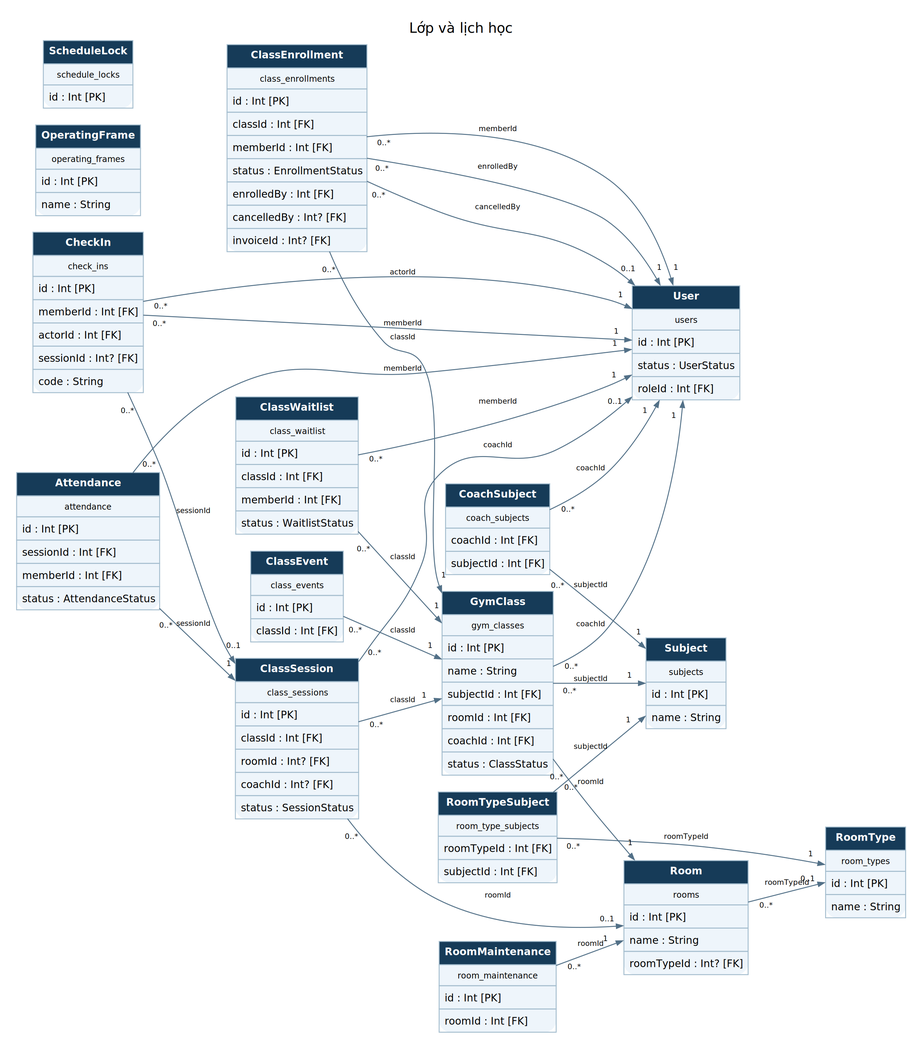
The Graphviz diagram outputs/bao-cao-cuoi-ky/so-do/erd-02-schedule.png in NhomHello/Sports-Center-Management-System, before a commit. Its source is kept beside it as outputs/bao-cao-cuoi-ky/so-do/erd-02-schedule.dot. The source it was exported from:
```dot
digraph G {
graph [rankdir=LR, bgcolor="white", pad="0.25", nodesep="0.25", ranksep="0.5", fontname="DejaVu Sans", fontsize=15];
node [shape=box, style="rounded,filled", fillcolor="#eef5fb", color="#a4bdce", fontname="DejaVu Sans", fontsize=11, margin="0.14,0.1"];
edge [fontname="DejaVu Sans", fontsize=9, color="#527087", arrowsize=0.7];
label="Lớp và lịch học"; labelloc=t;
User [shape=plain, label=<<TABLE BORDER="0" CELLBORDER="1" CELLSPACING="0" CELLPADDING="5"><TR><TD BGCOLOR="#163b58"><FONT COLOR="white"><B>User</B></FONT></TD></TR><TR><TD><FONT POINT-SIZE="9">users</FONT></TD></TR><TR><TD ALIGN="LEFT">id : Int [PK]</TD></TR><TR><TD ALIGN="LEFT">status : UserStatus</TD></TR><TR><TD ALIGN="LEFT">roleId : Int [FK]</TD></TR></TABLE>>];
Subject [shape=plain, label=<<TABLE BORDER="0" CELLBORDER="1" CELLSPACING="0" CELLPADDING="5"><TR><TD BGCOLOR="#163b58"><FONT COLOR="white"><B>Subject</B></FONT></TD></TR><TR><TD><FONT POINT-SIZE="9">subjects</FONT></TD></TR><TR><TD ALIGN="LEFT">id : Int [PK]</TD></TR><TR><TD ALIGN="LEFT">name : String</TD></TR></TABLE>>];
Room [shape=plain, label=<<TABLE BORDER="0" CELLBORDER="1" CELLSPACING="0" CELLPADDING="5"><TR><TD BGCOLOR="#163b58"><FONT COLOR="white"><B>Room</B></FONT></TD></TR><TR><TD><FONT POINT-SIZE="9">rooms</FONT></TD></TR><TR><TD ALIGN="LEFT">id : Int [PK]</TD></TR><TR><TD ALIGN="LEFT">name : String</TD></TR><TR><TD ALIGN="LEFT">roomTypeId : Int? [FK]</TD></TR></TABLE>>];
RoomType [shape=plain, label=<<TABLE BORDER="0" CELLBORDER="1" CELLSPACING="0" CELLPADDING="5"><TR><TD BGCOLOR="#163b58"><FONT COLOR="white"><B>RoomType</B></FONT></TD></TR><TR><TD><FONT POINT-SIZE="9">room_types</FONT></TD></TR><TR><TD ALIGN="LEFT">id : Int [PK]</TD></TR><TR><TD ALIGN="LEFT">name : String</TD></TR></TABLE>>];
RoomTypeSubject [shape=plain, label=<<TABLE BORDER="0" CELLBORDER="1" CELLSPACING="0" CELLPADDING="5"><TR><TD BGCOLOR="#163b58"><FONT COLOR="white"><B>RoomTypeSubject</B></FONT></TD></TR><TR><TD><FONT POINT-SIZE="9">room_type_subjects</FONT></TD></TR><TR><TD ALIGN="LEFT">roomTypeId : Int [FK]</TD></TR><TR><TD ALIGN="LEFT">subjectId : Int [FK]</TD></TR></TABLE>>];
CoachSubject [shape=plain, label=<<TABLE BORDER="0" CELLBORDER="1" CELLSPACING="0" CELLPADDING="5"><TR><TD BGCOLOR="#163b58"><FONT COLOR="white"><B>CoachSubject</B></FONT></TD></TR><TR><TD><FONT POINT-SIZE="9">coach_subjects</FONT></TD></TR><TR><TD ALIGN="LEFT">coachId : Int [FK]</TD></TR><TR><TD ALIGN="LEFT">subjectId : Int [FK]</TD></TR></TABLE>>];
OperatingFrame [shape=plain, label=<<TABLE BORDER="0" CELLBORDER="1" CELLSPACING="0" CELLPADDING="5"><TR><TD BGCOLOR="#163b58"><FONT COLOR="white"><B>OperatingFrame</B></FONT></TD></TR><TR><TD><FONT POINT-SIZE="9">operating_frames</FONT></TD></TR><TR><TD ALIGN="LEFT">id : Int [PK]</TD></TR><TR><TD ALIGN="LEFT">name : String</TD></TR></TABLE>>];
GymClass [shape=plain, label=<<TABLE BORDER="0" CELLBORDER="1" CELLSPACING="0" CELLPADDING="5"><TR><TD BGCOLOR="#163b58"><FONT COLOR="white"><B>GymClass</B></FONT></TD></TR><TR><TD><FONT POINT-SIZE="9">gym_classes</FONT></TD></TR><TR><TD ALIGN="LEFT">id : Int [PK]</TD></TR><TR><TD ALIGN="LEFT">name : String</TD></TR><TR><TD ALIGN="LEFT">subjectId : Int [FK]</TD></TR><TR><TD ALIGN="LEFT">roomId : Int [FK]</TD></TR><TR><TD ALIGN="LEFT">coachId : Int [FK]</TD></TR><TR><TD ALIGN="LEFT">status : ClassStatus</TD></TR></TABLE>>];
ClassSession [shape=plain, label=<<TABLE BORDER="0" CELLBORDER="1" CELLSPACING="0" CELLPADDING="5"><TR><TD BGCOLOR="#163b58"><FONT COLOR="white"><B>ClassSession</B></FONT></TD></TR><TR><TD><FONT POINT-SIZE="9">class_sessions</FONT></TD></TR><TR><TD ALIGN="LEFT">id : Int [PK]</TD></TR><TR><TD ALIGN="LEFT">classId : Int [FK]</TD></TR><TR><TD ALIGN="LEFT">roomId : Int? [FK]</TD></TR><TR><TD ALIGN="LEFT">coachId : Int? [FK]</TD></TR><TR><TD ALIGN="LEFT">status : SessionStatus</TD></TR></TABLE>>];
ClassEnrollment [shape=plain, label=<<TABLE BORDER="0" CELLBORDER="1" CELLSPACING="0" CELLPADDING="5"><TR><TD BGCOLOR="#163b58"><FONT COLOR="white"><B>ClassEnrollment</B></FONT></TD></TR><TR><TD><FONT POINT-SIZE="9">class_enrollments</FONT></TD></TR><TR><TD ALIGN="LEFT">id : Int [PK]</TD></TR><TR><TD ALIGN="LEFT">classId : Int [FK]</TD></TR><TR><TD ALIGN="LEFT">memberId : Int [FK]</TD></TR><TR><TD ALIGN="LEFT">status : EnrollmentStatus</TD></TR><TR><TD ALIGN="LEFT">enrolledBy : Int [FK]</TD></TR><TR><TD ALIGN="LEFT">cancelledBy : Int? [FK]</TD></TR><TR><TD ALIGN="LEFT">invoiceId : Int? [FK]</TD></TR></TABLE>>];
ClassWaitlist [shape=plain, label=<<TABLE BORDER="0" CELLBORDER="1" CELLSPACING="0" CELLPADDING="5"><TR><TD BGCOLOR="#163b58"><FONT COLOR="white"><B>ClassWaitlist</B></FONT></TD></TR><TR><TD><FONT POINT-SIZE="9">class_waitlist</FONT></TD></TR><TR><TD ALIGN="LEFT">id : Int [PK]</TD></TR><TR><TD ALIGN="LEFT">classId : Int [FK]</TD></TR><TR><TD ALIGN="LEFT">memberId : Int [FK]</TD></TR><TR><TD ALIGN="LEFT">status : WaitlistStatus</TD></TR></TABLE>>];
RoomMaintenance [shape=plain, label=<<TABLE BORDER="0" CELLBORDER="1" CELLSPACING="0" CELLPADDING="5"><TR><TD BGCOLOR="#163b58"><FONT COLOR="white"><B>RoomMaintenance</B></FONT></TD></TR><TR><TD><FONT POINT-SIZE="9">room_maintenance</FONT></TD></TR><TR><TD ALIGN="LEFT">id : Int [PK]</TD></TR><TR><TD ALIGN="LEFT">roomId : Int [FK]</TD></TR></TABLE>>];
Attendance [shape=plain, label=<<TABLE BORDER="0" CELLBORDER="1" CELLSPACING="0" CELLPADDING="5"><TR><TD BGCOLOR="#163b58"><FONT COLOR="white"><B>Attendance</B></FONT></TD></TR><TR><TD><FONT POINT-SIZE="9">attendance</FONT></TD></TR><TR><TD ALIGN="LEFT">id : Int [PK]</TD></TR><TR><TD ALIGN="LEFT">sessionId : Int [FK]</TD></TR><TR><TD ALIGN="LEFT">memberId : Int [FK]</TD></TR><TR><TD ALIGN="LEFT">status : AttendanceStatus</TD></TR></TABLE>>];
CheckIn [shape=plain, label=<<TABLE BORDER="0" CELLBORDER="1" CELLSPACING="0" CELLPADDING="5"><TR><TD BGCOLOR="#163b58"><FONT COLOR="white"><B>CheckIn</B></FONT></TD></TR><TR><TD><FONT POINT-SIZE="9">check_ins</FONT></TD></TR><TR><TD ALIGN="LEFT">id : Int [PK]</TD></TR><TR><TD ALIGN="LEFT">memberId : Int [FK]</TD></TR><TR><TD ALIGN="LEFT">actorId : Int [FK]</TD></TR><TR><TD ALIGN="LEFT">sessionId : Int? [FK]</TD></TR><TR><TD ALIGN="LEFT">code : String</TD></TR></TABLE>>];
ClassEvent [shape=plain, label=<<TABLE BORDER="0" CELLBORDER="1" CELLSPACING="0" CELLPADDING="5"><TR><TD BGCOLOR="#163b58"><FONT COLOR="white"><B>ClassEvent</B></FONT></TD></TR><TR><TD><FONT POINT-SIZE="9">class_events</FONT></TD></TR><TR><TD ALIGN="LEFT">id : Int [PK]</TD></TR><TR><TD ALIGN="LEFT">classId : Int [FK]</TD></TR></TABLE>>];
ScheduleLock [shape=plain, label=<<TABLE BORDER="0" CELLBORDER="1" CELLSPACING="0" CELLPADDING="5"><TR><TD BGCOLOR="#163b58"><FONT COLOR="white"><B>ScheduleLock</B></FONT></TD></TR><TR><TD><FONT POINT-SIZE="9">schedule_locks</FONT></TD></TR><TR><TD ALIGN="LEFT">id : Int [PK]</TD></TR></TABLE>>];
Room -> RoomType [label="roomTypeId", headlabel="0..1", taillabel="0..*", labeldistance=2, fontsize=8];
RoomTypeSubject -> RoomType [label="roomTypeId", headlabel="1", taillabel="0..*", labeldistance=2, fontsize=8];
RoomTypeSubject -> Subject [label="subjectId", headlabel="1", taillabel="0..*", labeldistance=2, fontsize=8];
CoachSubject -> User [label="coachId", headlabel="1", taillabel="0..*", labeldistance=2, fontsize=8];
CoachSubject -> Subject [label="subjectId", headlabel="1", taillabel="0..*", labeldistance=2, fontsize=8];
GymClass -> Subject [label="subjectId", headlabel="1", taillabel="0..*", labeldistance=2, fontsize=8];
GymClass -> Room [label="roomId", headlabel="1", taillabel="0..*", labeldistance=2, fontsize=8];
GymClass -> User [label="coachId", headlabel="1", taillabel="0..*", labeldistance=2, fontsize=8];
ClassSession -> Room [label="roomId", headlabel="0..1", taillabel="0..*", labeldistance=2, fontsize=8];
ClassSession -> User [label="coachId", headlabel="0..1", taillabel="0..*", labeldistance=2, fontsize=8];
ClassSession -> GymClass [label="classId", headlabel="1", taillabel="0..*", labeldistance=2, fontsize=8];
ClassEnrollment -> GymClass [label="classId", headlabel="1", taillabel="0..*", labeldistance=2, fontsize=8];
ClassEnrollment -> User [label="memberId", headlabel="1", taillabel="0..*", labeldistance=2, fontsize=8];
ClassEnrollment -> User [label="enrolledBy", headlabel="1", taillabel="0..*", labeldistance=2, fontsize=8];
ClassEnrollment -> User [label="cancelledBy", headlabel="0..1", taillabel="0..*", labeldistance=2, fontsize=8];
ClassEvent -> GymClass [label="classId", headlabel="1", taillabel="0..*", labeldistance=2, fontsize=8];
CheckIn -> User [label="actorId", headlabel="1", taillabel="0..*", labeldistance=2, fontsize=8];
CheckIn -> ClassSession [label="sessionId", headlabel="0..1", taillabel="0..*", labeldistance=2, fontsize=8];
CheckIn -> User [label="memberId", headlabel="1", taillabel="0..*", labeldistance=2, fontsize=8];
Attendance -> ClassSession [label="sessionId", headlabel="1", taillabel="0..*", labeldistance=2, fontsize=8];
Attendance -> User [label="memberId", headlabel="1", taillabel="0..*", labeldistance=2, fontsize=8];
ClassWaitlist -> GymClass [label="classId", headlabel="1", taillabel="0..*", labeldistance=2, fontsize=8];
ClassWaitlist -> User [label="memberId", headlabel="1", taillabel="0..*", labeldistance=2, fontsize=8];
RoomMaintenance -> Room [label="roomId", headlabel="1", taillabel="0..*", labeldistance=2, fontsize=8];
}
```
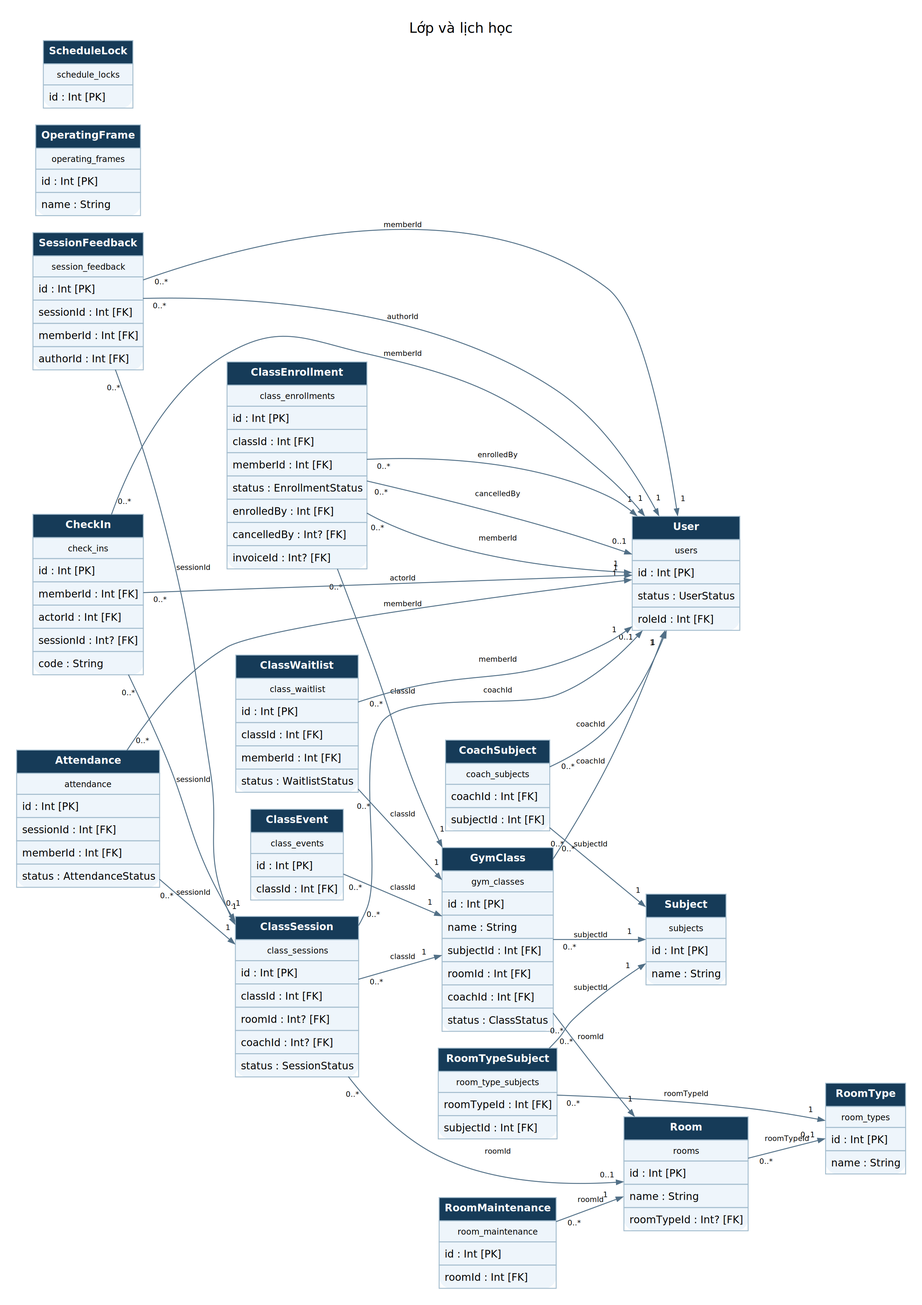
After the change.

Diff of the diagram source:
```diff
@@ -19,6 +19,7 @@
 CheckIn [shape=plain, label=<<TABLE BORDER="0" CELLBORDER="1" CELLSPACING="0" CELLPADDING="5"><TR><TD BGCOLOR="#163b58"><FONT COLOR="white"><B>CheckIn</B></FONT></TD></TR><TR><TD><FONT POINT-SIZE="9">check_ins</FONT></TD></TR><TR><TD ALIGN="LEFT">id : Int [PK]</TD></TR><TR><TD ALIGN="LEFT">memberId : Int [FK]</TD></TR><TR><TD ALIGN="LEFT">actorId : Int [FK]</TD></TR><TR><TD ALIGN="LEFT">sessionId : Int? [FK]</TD></TR><TR><TD ALIGN="LEFT">code : String</TD></TR></TABLE>>];
 ClassEvent [shape=plain, label=<<TABLE BORDER="0" CELLBORDER="1" CELLSPACING="0" CELLPADDING="5"><TR><TD BGCOLOR="#163b58"><FONT COLOR="white"><B>ClassEvent</B></FONT></TD></TR><TR><TD><FONT POINT-SIZE="9">class_events</FONT></TD></TR><TR><TD ALIGN="LEFT">id : Int [PK]</TD></TR><TR><TD ALIGN="LEFT">classId : Int [FK]</TD></TR></TABLE>>];
 ScheduleLock [shape=plain, label=<<TABLE BORDER="0" CELLBORDER="1" CELLSPACING="0" CELLPADDING="5"><TR><TD BGCOLOR="#163b58"><FONT COLOR="white"><B>ScheduleLock</B></FONT></TD></TR><TR><TD><FONT POINT-SIZE="9">schedule_locks</FONT></TD></TR><TR><TD ALIGN="LEFT">id : Int [PK]</TD></TR></TABLE>>];
+SessionFeedback [shape=plain, label=<<TABLE BORDER="0" CELLBORDER="1" CELLSPACING="0" CELLPADDING="5"><TR><TD BGCOLOR="#163b58"><FONT COLOR="white"><B>SessionFeedback</B></FONT></TD></TR><TR><TD><FONT POINT-SIZE="9">session_feedback</FONT></TD></TR><TR><TD ALIGN="LEFT">id : Int [PK]</TD></TR><TR><TD ALIGN="LEFT">sessionId : Int [FK]</TD></TR><TR><TD ALIGN="LEFT">memberId : Int [FK]</TD></TR><TR><TD ALIGN="LEFT">authorId : Int [FK]</TD></TR></TABLE>>];
 Room -> RoomType [label="roomTypeId", headlabel="0..1", taillabel="0..*", labeldistance=2, fontsize=8];
 RoomTypeSubject -> RoomType [label="roomTypeId", headlabel="1", taillabel="0..*", labeldistance=2, fontsize=8];
 RoomTypeSubject -> Subject [label="subjectId", headlabel="1", taillabel="0..*", labeldistance=2, fontsize=8];
@@ -43,4 +44,7 @@
 ClassWaitlist -> GymClass [label="classId", headlabel="1", taillabel="0..*", labeldistance=2, fontsize=8];
 ClassWaitlist -> User [label="memberId", headlabel="1", taillabel="0..*", labeldistance=2, fontsize=8];
 RoomMaintenance -> Room [label="roomId", headlabel="1", taillabel="0..*", labeldistance=2, fontsize=8];
+SessionFeedback -> ClassSession [label="sessionId", headlabel="1", taillabel="0..*", labeldistance=2, fontsize=8];
+SessionFeedback -> User [label="memberId", headlabel="1", taillabel="0..*", labeldistance=2, fontsize=8];
+SessionFeedback -> User [label="authorId", headlabel="1", taillabel="0..*", labeldistance=2, fontsize=8];
 }
```
